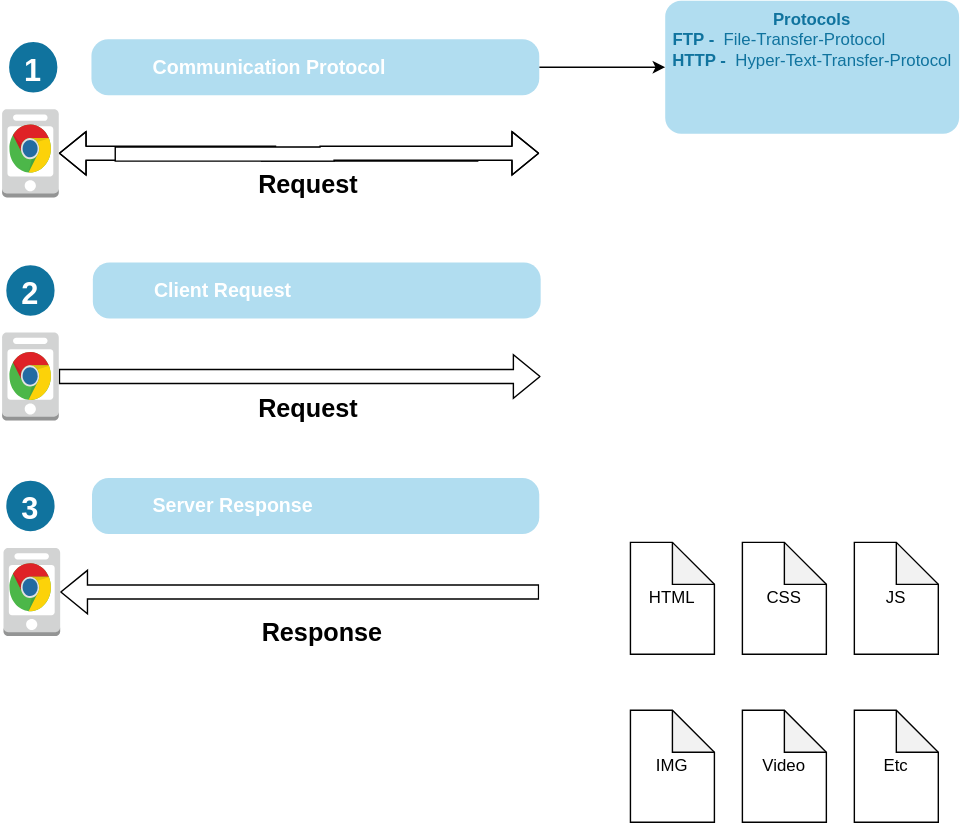
This is 01-JavaScript-Reintroduction/03-client-vs-server/clientVSserver.drawio.svg from JavaScript-Open-Curriculum-Foundation/JavaScript-First, a draw.io export, as it was before one commit. Source tidied: cells renumbered, new cells last; positions are measured from the earlier drawing's top-left corner, leaving out a move shared by most shapes. Its diagram source:
```xml
<mxGraphModel>
  <root>
    <mxCell id="0" />
    <mxCell id="1" parent="0" />
    <mxCell id="2" style="edgeStyle=orthogonalEdgeStyle;rounded=0;jettySize=auto;html=1;shape=flexArrow;fillColor=#FFFFFF;" parent="1" edge="1" source="3" target="20">
      <mxGeometry relative="1" as="geometry" />
    </mxCell>
    <mxCell id="3" style="outlineConnect=0;dashed=0;verticalLabelPosition=bottom;verticalAlign=top;align=center;html=1;shape=mxgraph.aws3.mobile_client;fillColor=#D2D3D3;gradientColor=none;" parent="1" vertex="1">
      <mxGeometry y="237" width="40.5" height="63" as="geometry" />
    </mxCell>
    <mxCell id="4" value="Client Request" style="shape=rect;rounded=1;whiteSpace=wrap;html=1;shadow=0;strokeColor=none;fillColor=#B1DDF0;arcSize=30;fontSize=14;spacingLeft=42;fontStyle=1;fontColor=#FFFFFF;align=left;" parent="1" vertex="1">
      <mxGeometry x="64.8" y="187" width="320" height="40" as="geometry" />
    </mxCell>
    <mxCell id="5" value="2" style="shape=ellipse;perimeter=ellipsePerimeter;fontSize=22;fontStyle=1;shadow=0;strokeColor=#ffffff;fillColor=#10739E;strokeWidth=4;fontColor=#ffffff;align=center;" parent="1" vertex="1">
      <mxGeometry x="1" y="187" width="38.5" height="40" as="geometry" />
    </mxCell>
    <mxCell id="6" style="edgeStyle=orthogonalEdgeStyle;rounded=0;jettySize=auto;html=1;entryX=1;entryY=0.5;entryDx=0;entryDy=0;entryPerimeter=0;shape=flexArrow;shadow=0;fillColor=#FFFFFF;" parent="1" edge="1" source="17" target="7">
      <mxGeometry relative="1" as="geometry" />
    </mxCell>
    <mxCell id="7" style="outlineConnect=0;dashed=0;verticalLabelPosition=bottom;verticalAlign=top;align=center;html=1;shape=mxgraph.aws3.mobile_client;fillColor=#D2D3D3;gradientColor=none;" parent="1" vertex="1">
      <mxGeometry x="1" y="391" width="40.5" height="63" as="geometry" />
    </mxCell>
    <mxCell id="8" value="Server Response" style="shape=rect;rounded=1;whiteSpace=wrap;html=1;shadow=0;strokeColor=none;fillColor=#B1DDF0;arcSize=30;fontSize=14;spacingLeft=42;fontStyle=1;fontColor=#FFFFFF;align=left;" parent="1" vertex="1">
      <mxGeometry x="64.2" y="341" width="319.6" height="40" as="geometry" />
    </mxCell>
    <mxCell id="9" value="3" style="shape=ellipse;perimeter=ellipsePerimeter;fontSize=22;fontStyle=1;shadow=0;strokeColor=#ffffff;fillColor=#10739E;strokeWidth=4;fontColor=#ffffff;align=center;" parent="1" vertex="1">
      <mxGeometry x="1" y="341" width="38.5" height="40" as="geometry" />
    </mxCell>
    <mxCell id="10" style="edgeStyle=orthogonalEdgeStyle;rounded=0;jettySize=auto;html=1;entryX=1;entryY=0.5;entryDx=0;entryDy=0;entryPerimeter=0;shape=flexArrow;shadow=0;fillColor=#FFFFFF;" parent="1" edge="1" target="12">
      <mxGeometry relative="1" as="geometry">
        <mxPoint x="340.4" y="109.5" as="sourcePoint" />
      </mxGeometry>
    </mxCell>
    <mxCell id="11" style="edgeStyle=orthogonalEdgeStyle;shape=flexArrow;rounded=0;jettySize=auto;html=1;shadow=0;fillColor=#FFFFFF;" parent="1" edge="1" target="18">
      <mxGeometry relative="1" as="geometry">
        <mxPoint x="80.3" y="109.5" as="sourcePoint" />
      </mxGeometry>
    </mxCell>
    <mxCell id="12" style="outlineConnect=0;dashed=0;verticalLabelPosition=bottom;verticalAlign=top;align=center;html=1;shape=mxgraph.aws3.mobile_client;fillColor=#D2D3D3;gradientColor=none;" parent="1" vertex="1">
      <mxGeometry y="77.5" width="40.5" height="63" as="geometry" />
    </mxCell>
    <mxCell id="13" style="edgeStyle=orthogonalEdgeStyle;rounded=0;jettySize=auto;html=1;shadow=0;fillColor=#FFFFFF;entryX=0;entryY=0.5;entryDx=0;entryDy=0;" parent="1" edge="1" source="14" target="16">
      <mxGeometry relative="1" as="geometry" />
    </mxCell>
    <mxCell id="14" value="Communication Protocol" style="shape=rect;rounded=1;whiteSpace=wrap;html=1;shadow=0;strokeColor=none;fillColor=#B1DDF0;arcSize=30;fontSize=14;spacingLeft=42;fontStyle=1;fontColor=#FFFFFF;align=left;" parent="1" vertex="1">
      <mxGeometry x="63.8" y="27.5" width="320" height="40" as="geometry" />
    </mxCell>
    <mxCell id="15" value="1" style="shape=ellipse;perimeter=ellipsePerimeter;fontSize=22;fontStyle=1;shadow=0;strokeColor=#ffffff;fillColor=#10739E;strokeWidth=4;fontColor=#ffffff;align=center;" parent="1" vertex="1">
      <mxGeometry x="3" y="27.5" width="38.5" height="40" as="geometry" />
    </mxCell>
    <mxCell id="16" value="&lt;font style=&quot;font-size: 12px&quot; color=&quot;#10739E&quot;&gt;&lt;b&gt;Protocols&lt;br&gt;&lt;/b&gt;&lt;/font&gt;&lt;font style=&quot;font-size: 12px&quot; color=&quot;#10739E&quot;&gt;&lt;b style=&quot;color: rgb(16 , 115 , 158) ; font-size: 12px&quot;&gt;FTP -&amp;nbsp;&lt;/b&gt;File-Transfer-Protocol&amp;nbsp; &amp;nbsp; &amp;nbsp; &amp;nbsp; &amp;nbsp; &amp;nbsp; &amp;nbsp;&amp;nbsp;&lt;br&gt;&lt;/font&gt;&lt;b style=&quot;color: rgb(16 , 115 , 158)&quot;&gt;HTTP -&amp;nbsp;&lt;/b&gt;&lt;span style=&quot;color: rgb(16 , 115 , 158)&quot;&gt;Hyper-Text-Transfer-Protocol&lt;/span&gt;&lt;font style=&quot;font-size: 12px&quot; color=&quot;#10739E&quot;&gt;&lt;br&gt;&lt;/font&gt;" style="rounded=1;strokeColor=none;fillColor=#B1DDF0;align=center;arcSize=12;verticalAlign=top;whiteSpace=wrap;html=1;fontSize=12;" parent="1" vertex="1">
      <mxGeometry x="473.9" width="210" height="95" as="geometry" />
    </mxCell>
    <mxCell id="17" style="shadow=0;dashed=0;html=1;strokeColor=none;fillColor=#FFFFFF;labelPosition=center;verticalLabelPosition=bottom;verticalAlign=top;outlineConnect=0;align=center;shape=mxgraph.office.servers.server_side_code;" parent="1" vertex="1">
      <mxGeometry x="383.9" y="394.5" width="49" height="56" as="geometry" />
    </mxCell>
    <mxCell id="18" style="shadow=0;dashed=0;html=1;strokeColor=none;fillColor=#FFFFFF;labelPosition=center;verticalLabelPosition=bottom;verticalAlign=top;outlineConnect=0;align=center;shape=mxgraph.office.servers.server_side_code;" parent="1" vertex="1">
      <mxGeometry x="383.9" y="81" width="49" height="56" as="geometry" />
    </mxCell>
    <mxCell id="19" style="dashed=0;html=1;align=center;labelPosition=center;verticalLabelPosition=bottom;verticalAlign=top;shape=mxgraph.weblogos.chrome;fillColor=#2A2A2A;" parent="1" vertex="1">
      <mxGeometry x="5.2" y="251" width="30" height="35" as="geometry" />
    </mxCell>
    <mxCell id="20" style="shadow=0;dashed=0;html=1;strokeColor=none;fillColor=#FFFFFF;labelPosition=center;verticalLabelPosition=bottom;verticalAlign=top;outlineConnect=0;align=center;shape=mxgraph.office.servers.server_side_code;" parent="1" vertex="1">
      <mxGeometry x="384.9" y="240.5" width="49" height="56" as="geometry" />
    </mxCell>
    <mxCell id="21" value="&lt;font style=&quot;font-size: 18px&quot;&gt;&lt;b&gt;Request&lt;/b&gt;&lt;/font&gt;" style="text;html=1;strokeColor=none;fillColor=none;align=center;verticalAlign=middle;whiteSpace=wrap;rounded=0;" parent="1" vertex="1">
      <mxGeometry x="159" y="282" width="120" height="20" as="geometry" />
    </mxCell>
    <mxCell id="22" value="&lt;font style=&quot;font-size: 18px&quot;&gt;&lt;b&gt;Request&lt;/b&gt;&lt;/font&gt;" style="text;html=1;strokeColor=none;fillColor=none;align=center;verticalAlign=middle;whiteSpace=wrap;rounded=0;" parent="1" vertex="1">
      <mxGeometry x="159" y="117" width="120" height="30" as="geometry" />
    </mxCell>
    <mxCell id="23" style="dashed=0;html=1;align=center;labelPosition=center;verticalLabelPosition=bottom;verticalAlign=top;shape=mxgraph.weblogos.chrome;fillColor=#2A2A2A;" parent="1" vertex="1">
      <mxGeometry x="5.2" y="88.5" width="30" height="35" as="geometry" />
    </mxCell>
    <mxCell id="24" value="&lt;font style=&quot;font-size: 18px&quot;&gt;&lt;b&gt;Response&lt;/b&gt;&lt;/font&gt;" style="text;html=1;strokeColor=none;fillColor=none;align=center;verticalAlign=middle;whiteSpace=wrap;rounded=0;" parent="1" vertex="1">
      <mxGeometry x="169" y="437" width="120" height="30" as="geometry" />
    </mxCell>
    <mxCell id="25" value="HTML" style="shape=note;whiteSpace=wrap;html=1;backgroundOutline=1;darkOpacity=0.05;" parent="1" vertex="1">
      <mxGeometry x="449" y="387" width="60" height="80" as="geometry" />
    </mxCell>
    <mxCell id="26" value="CSS" style="shape=note;whiteSpace=wrap;html=1;backgroundOutline=1;darkOpacity=0.05;" parent="1" vertex="1">
      <mxGeometry x="529" y="387" width="60" height="80" as="geometry" />
    </mxCell>
    <mxCell id="27" value="JS" style="shape=note;whiteSpace=wrap;html=1;backgroundOutline=1;darkOpacity=0.05;" parent="1" vertex="1">
      <mxGeometry x="609" y="387" width="60" height="80" as="geometry" />
    </mxCell>
    <mxCell id="28" style="dashed=0;html=1;align=center;labelPosition=center;verticalLabelPosition=bottom;verticalAlign=top;shape=mxgraph.weblogos.chrome;fillColor=#2A2A2A;" parent="1" vertex="1">
      <mxGeometry x="5.2" y="402" width="30" height="35" as="geometry" />
    </mxCell>
    <mxCell id="29" value="IMG" style="shape=note;whiteSpace=wrap;html=1;backgroundOutline=1;darkOpacity=0.05;" parent="1" vertex="1">
      <mxGeometry x="449" y="507" width="60" height="80" as="geometry" />
    </mxCell>
    <mxCell id="30" value="Video" style="shape=note;whiteSpace=wrap;html=1;backgroundOutline=1;darkOpacity=0.05;" parent="1" vertex="1">
      <mxGeometry x="529" y="507" width="60" height="80" as="geometry" />
    </mxCell>
    <mxCell id="31" value="Etc" style="shape=note;whiteSpace=wrap;html=1;backgroundOutline=1;darkOpacity=0.05;" parent="1" vertex="1">
      <mxGeometry x="609" y="507" width="60" height="80" as="geometry" />
    </mxCell>
  </root>
</mxGraphModel>
```
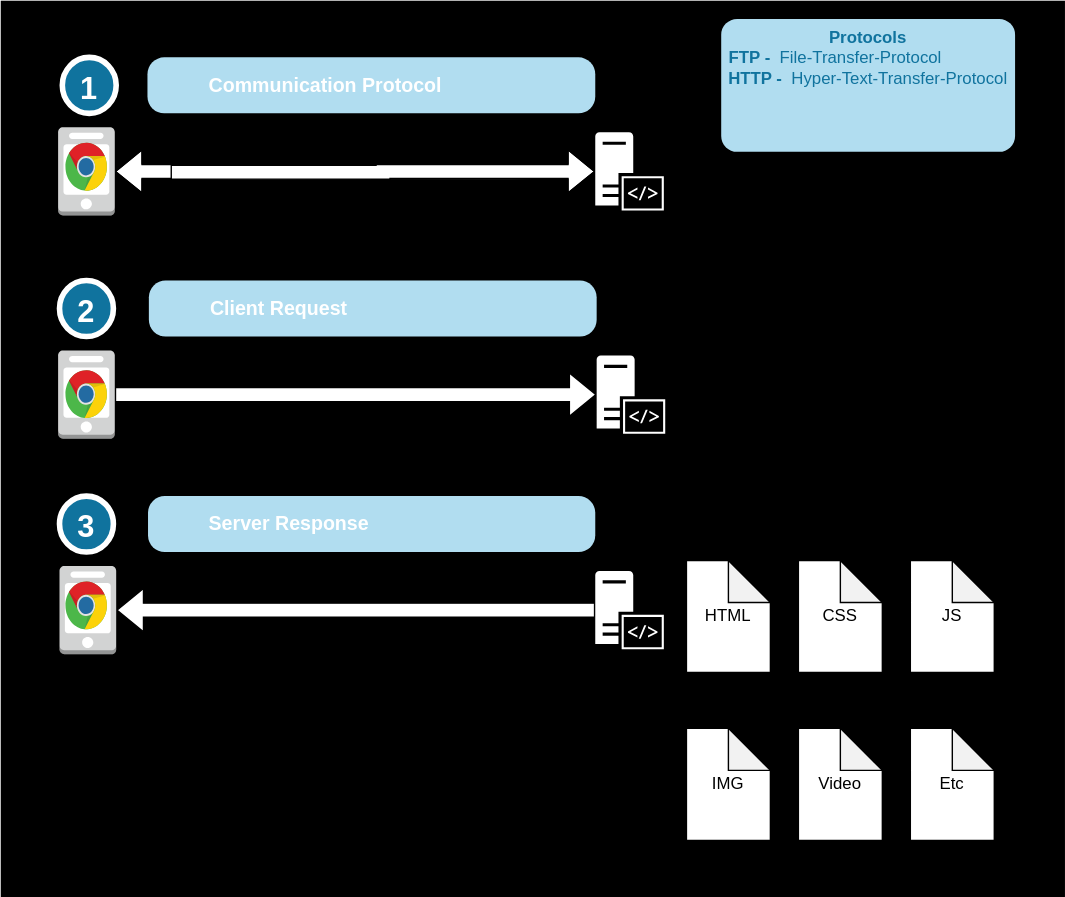
The same diagram one commit later.

What changed in the source:
```diff
@@ -2,6 +2,9 @@
   <root>
     <mxCell id="0" />
     <mxCell id="1" parent="0" />
+    <mxCell id="32" style="whiteSpace=wrap;html=1;fillColor=#000000;" parent="1" vertex="1">
+      <mxGeometry x="-40.5" y="-12.5" width="759.5" height="639.5" as="geometry" />
+    </mxCell>
     <mxCell id="2" style="edgeStyle=orthogonalEdgeStyle;rounded=0;jettySize=auto;html=1;shape=flexArrow;fillColor=#FFFFFF;" parent="1" edge="1" source="3" target="20">
       <mxGeometry relative="1" as="geometry" />
     </mxCell>
```
